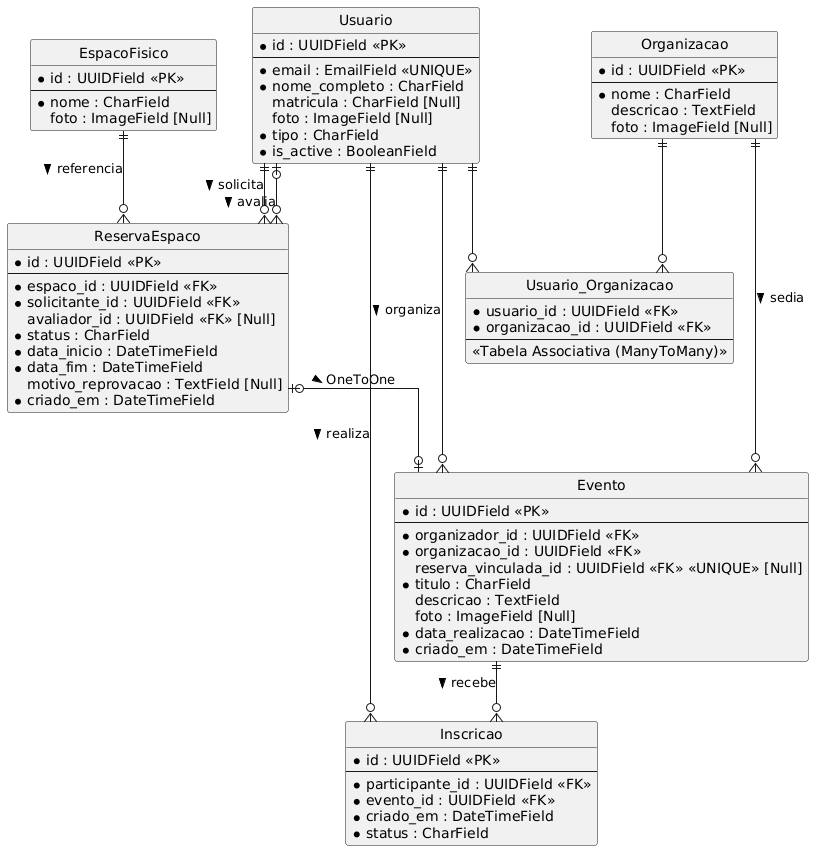
This is docs/imagens/diagramas/sigesporte_modelagem_de_dados.png from FGA0138-MDS-Ajax/2026.1-T01-Dijkstra, a PlantUML export, as it was before one commit.
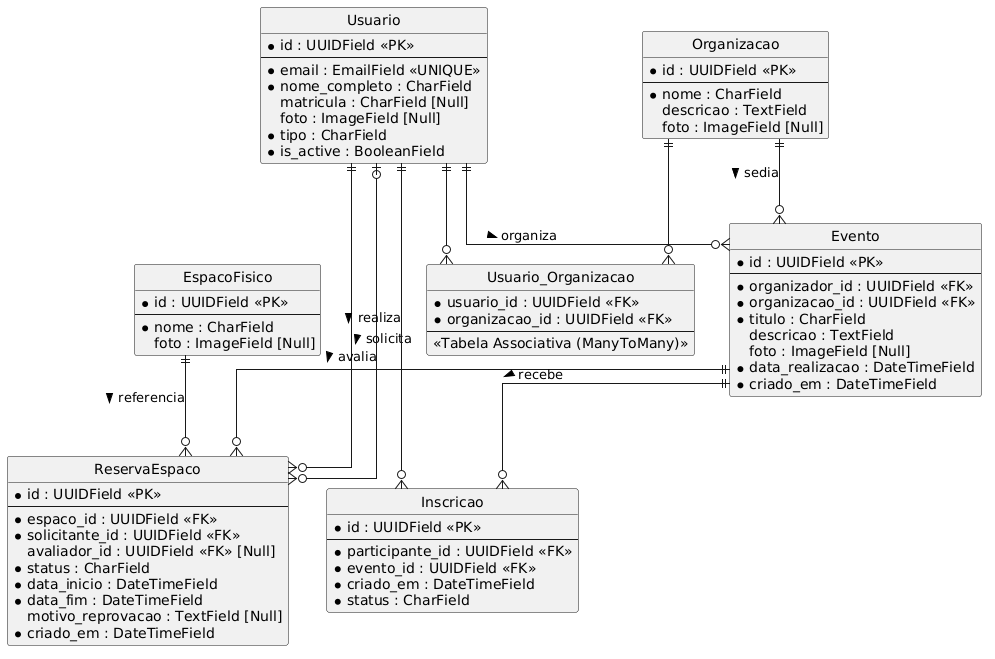
The same file after the commit.

Commit message:
Altera a relação Evento-Reserva para FK nos diagramas

What changed in the source:
```diff
@@ -73,7 +73,6 @@
     --
     * organizador_id : UUIDField <<FK>>
     * organizacao_id : UUIDField <<FK>>
-    reserva_vinculada_id : UUIDField <<FK>> <<UNIQUE>> [Null]
     * titulo : CharField
     descricao : TextField
     foto : ImageField [Null]
@@ -101,7 +100,7 @@
 usuario ||--o{ evento : "organiza >"
 organizacao ||--o{ evento : "sedia >"
 
-reserva |o--o| evento : "OneToOne >"
+evento ||--o{ reserva
 
 usuario ||--o{ inscricao : "realiza >"
 evento ||--o{ inscricao : "recebe >"
```
